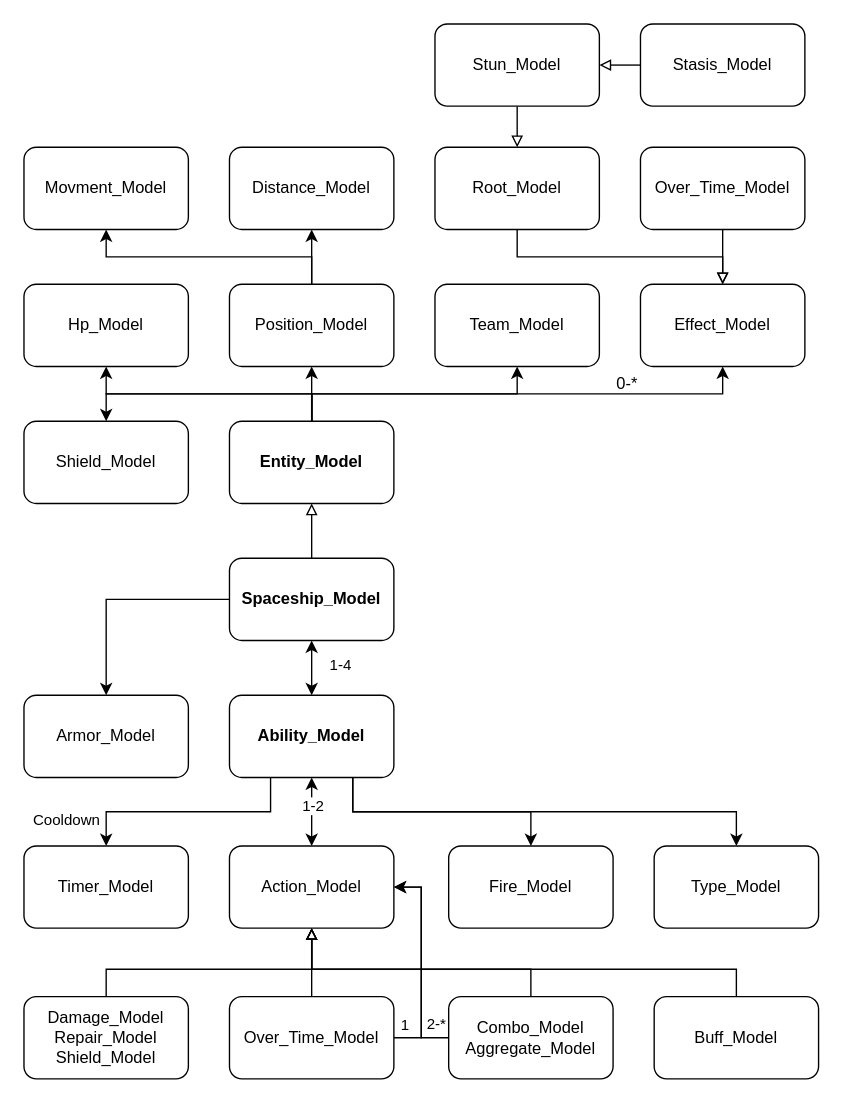
This is Spaceship.drawio from kipikipoddev/Godot_Tutorial, a draw.io file, before an edit. Source tidied: cells renumbered, new cells numbered last; positions are measured from the earlier drawing's top-left corner, leaving out a move shared by most shapes. Both pictures are drawn from the tidied source at 137%, with x=0, y=0 at pixel (23, 23).
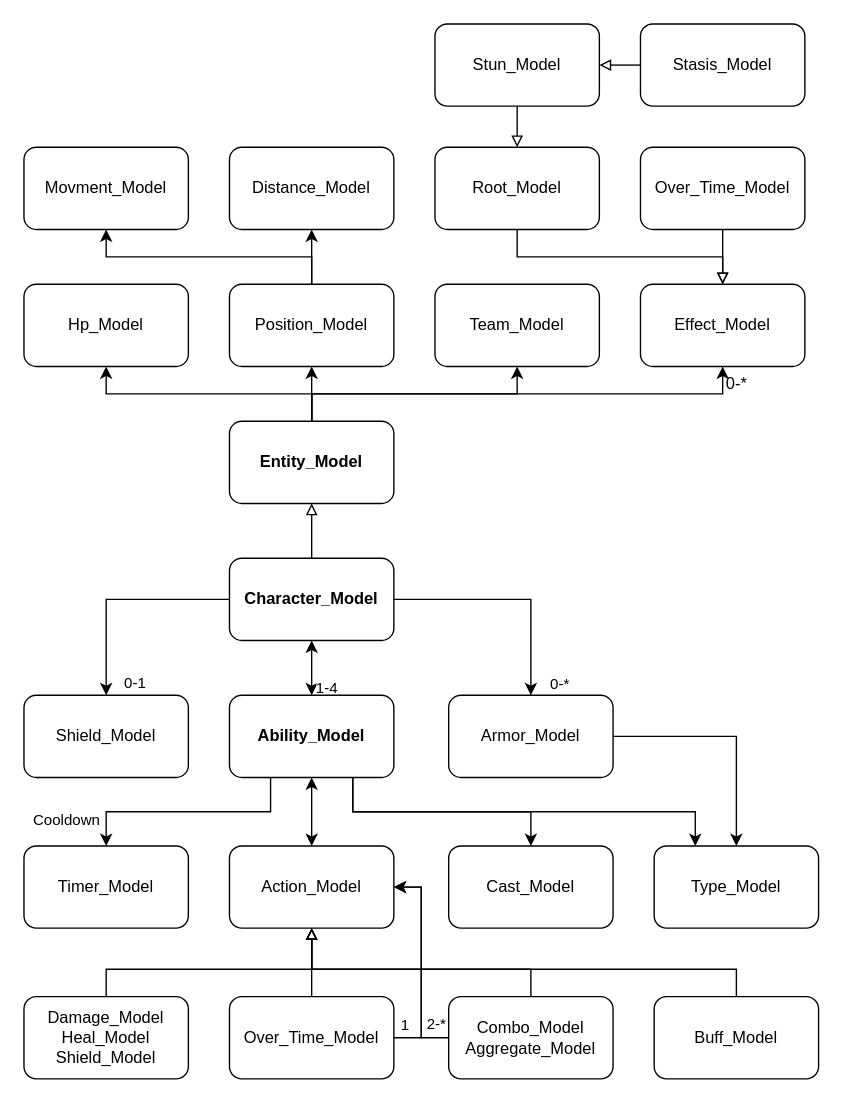
The same diagram, later.

Unchanged cells that the change refers to:
```xml
<mxCell id="2" style="edgeStyle=orthogonalEdgeStyle;rounded=0;jettySize=auto;html=1;exitX=0.5;exitY=1;exitDx=0;exitDy=0;entryX=0.5;entryY=0;entryDx=0;entryDy=0;startArrow=classic;startFill=1;" parent="1" edge="1" source="6" target="26">
  <mxGeometry relative="1" as="geometry" />
</mxCell>
<mxCell id="12" value="&lt;b&gt;Entity_Model&lt;/b&gt;" style="rounded=1;whiteSpace=wrap;html=1;" parent="1" vertex="1">
  <mxGeometry x="150" y="290" width="120" height="60" as="geometry" />
</mxCell>
<mxCell id="22" style="rounded=0;jettySize=auto;html=1;exitX=0.5;exitY=1;exitDx=0;exitDy=0;entryX=0.5;entryY=0;entryDx=0;entryDy=0;startArrow=classic;startFill=1;" parent="1" edge="1" source="26" target="28">
  <mxGeometry relative="1" as="geometry" />
</mxCell>
<mxCell id="26" value="&lt;b&gt;Ability_Model&lt;/b&gt;" style="rounded=1;whiteSpace=wrap;html=1;" parent="1" vertex="1">
  <mxGeometry x="150" y="490" width="120" height="60" as="geometry" />
</mxCell>
<mxCell id="30" value="Type_Model" style="rounded=1;whiteSpace=wrap;html=1;" parent="1" vertex="1">
  <mxGeometry x="460" y="600" width="120" height="60" as="geometry" />
</mxCell>
```

What changed in the source:
```diff
@@
     <mxCell id="3" value="1-4&lt;div&gt;&lt;br&gt;&lt;/div&gt;" style="edgeLabel;html=1;align=center;verticalAlign=middle;" parent="2" vertex="1">
       <mxGeometry x="-0.37" relative="1" as="geometry">
-        <mxPoint x="20" y="11" as="offset" />
+        <mxPoint x="10" y="28" as="offset" />
       </mxGeometry>
     </mxCell>
@@
-    <mxCell id="5" style="edgeStyle=orthogonalEdgeStyle;rounded=0;jettySize=auto;html=1;exitX=0;exitY=0.5;exitDx=0;exitDy=0;entryX=0.5;entryY=0;entryDx=0;entryDy=0;" parent="1" edge="1" source="6" target="18">
+    <mxCell id="5" style="edgeStyle=orthogonalEdgeStyle;rounded=0;jettySize=auto;html=1;exitX=1;exitY=0.5;exitDx=0;exitDy=0;entryX=0.5;entryY=0;entryDx=0;entryDy=0;" parent="1" edge="1" source="6" target="18">
       <mxGeometry relative="1" as="geometry" />
     </mxCell>
+    <mxCell id="55" value="0-*" style="edgeLabel;html=1;align=center;verticalAlign=middle;" parent="5" vertex="1">
+      <mxGeometry x="0.35" relative="1" as="geometry">
+        <mxPoint x="20" y="46" as="offset" />
+      </mxGeometry>
+    </mxCell>
-    <mxCell id="6" value="&lt;b&gt;Spaceship_Model&lt;/b&gt;" style="rounded=1;whiteSpace=wrap;html=1;" parent="1" vertex="1">
+    <mxCell id="6" value="&lt;b&gt;Character_Model&lt;/b&gt;" style="rounded=1;whiteSpace=wrap;html=1;" parent="1" vertex="1">
       <mxGeometry x="150" y="390" width="120" height="60" as="geometry" />
     </mxCell>
@@
-    <mxCell id="11" style="edgeStyle=orthogonalEdgeStyle;rounded=0;jettySize=auto;html=1;exitX=0.5;exitY=0;exitDx=0;exitDy=0;entryX=0.5;entryY=0;entryDx=0;entryDy=0;" parent="1" edge="1" source="12" target="19">
+    <mxCell id="11" style="edgeStyle=orthogonalEdgeStyle;rounded=0;jettySize=auto;html=1;exitX=0;exitY=0.5;exitDx=0;exitDy=0;entryX=0.5;entryY=0;entryDx=0;entryDy=0;" parent="1" edge="1" source="6" target="19">
       <mxGeometry relative="1" as="geometry" />
     </mxCell>
+    <mxCell id="56" value="0-1" style="edgeLabel;html=1;align=center;verticalAlign=middle;" parent="11" vertex="1">
+      <mxGeometry x="0.51" y="-2" relative="1" as="geometry">
+        <mxPoint x="22" y="29" as="offset" />
+      </mxGeometry>
+    </mxCell>
@@
+    <mxCell id="57" style="edgeStyle=orthogonalEdgeStyle;rounded=0;jettySize=auto;html=1;exitX=1;exitY=0.5;exitDx=0;exitDy=0;entryX=0.5;entryY=0;entryDx=0;entryDy=0;" parent="1" edge="1" source="18" target="30">
+      <mxGeometry relative="1" as="geometry" />
+    </mxCell>
     <mxCell id="18" value="Armor_Model" style="rounded=1;whiteSpace=wrap;html=1;" parent="1" vertex="1">
-      <mxGeometry y="490" width="120" height="60" as="geometry" />
+      <mxGeometry x="310" y="490" width="120" height="60" as="geometry" />
     </mxCell>
     <mxCell id="19" value="Shield_Model" style="rounded=1;whiteSpace=wrap;html=1;" parent="1" vertex="1">
-      <mxGeometry y="290" width="120" height="60" as="geometry" />
+      <mxGeometry y="490" width="120" height="60" as="geometry" />
     </mxCell>
@@
-    <mxCell id="23" value="1-2" style="edgeLabel;html=1;align=center;verticalAlign=middle;" parent="22" vertex="1">
-      <mxGeometry x="-0.2" relative="1" as="geometry" />
-    </mxCell>
-    <mxCell id="24" style="edgeStyle=orthogonalEdgeStyle;rounded=0;jettySize=auto;html=1;exitX=0.75;exitY=1;exitDx=0;exitDy=0;entryX=0.5;entryY=0;entryDx=0;entryDy=0;" parent="1" edge="1" source="26" target="30">
+    <mxCell id="24" style="edgeStyle=orthogonalEdgeStyle;rounded=0;jettySize=auto;html=1;exitX=0.75;exitY=1;exitDx=0;exitDy=0;entryX=0.25;entryY=0;entryDx=0;entryDy=0;" parent="1" edge="1" source="26" target="30">
       <mxGeometry relative="1" as="geometry" />
     </mxCell>
@@
-    <mxCell id="29" value="Fire_Model" style="rounded=1;whiteSpace=wrap;html=1;" parent="1" vertex="1">
+    <mxCell id="29" value="Cast_Model" style="rounded=1;whiteSpace=wrap;html=1;" parent="1" vertex="1">
       <mxGeometry x="310" y="600" width="120" height="60" as="geometry" />
     </mxCell>
@@
     <mxCell id="32" value="0-*" style="text;html=1;align=center;verticalAlign=middle;strokeColor=none;fillColor=none;" parent="1" vertex="1">
-      <mxGeometry x="420" y="248" width="40" height="30" as="geometry" />
+      <mxGeometry x="500" y="248" width="40" height="30" as="geometry" />
     </mxCell>
@@
-    <mxCell id="35" value="Damage_Model&lt;div&gt;Repair_Model&lt;br&gt;&lt;/div&gt;&lt;div&gt;Shield_Model&lt;br&gt;&lt;/div&gt;" style="rounded=1;whiteSpace=wrap;html=1;" parent="1" vertex="1">
+    <mxCell id="35" value="Damage_Model&lt;div&gt;Heal_Model&lt;br&gt;&lt;/div&gt;&lt;div&gt;Shield_Model&lt;br&gt;&lt;/div&gt;" style="rounded=1;whiteSpace=wrap;html=1;" parent="1" vertex="1">
       <mxGeometry y="710" width="120" height="60" as="geometry" />
     </mxCell>
```
